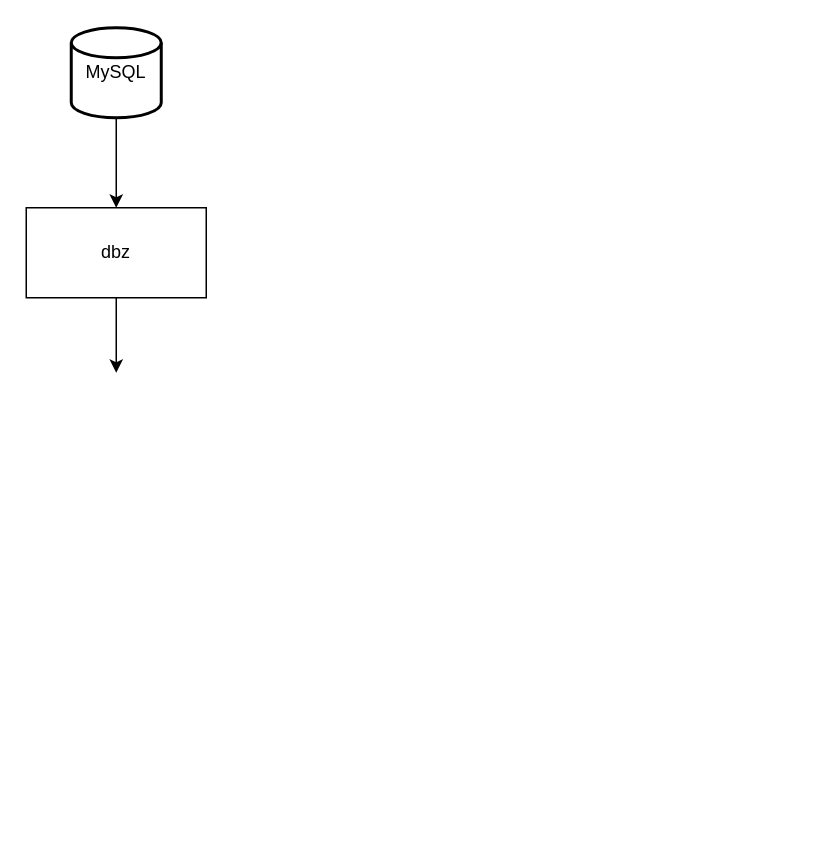
Above: images/数据链路.drawio in MyLanPangzi/docs (draw.io), before the change. Source tidied: cells renumbered, new cells numbered last; positions are measured from the earlier drawing's top-left corner, leaving out a move shared by most shapes. Both pictures are drawn from the tidied source at 150%, with x=0, y=0 at pixel (26, 27).
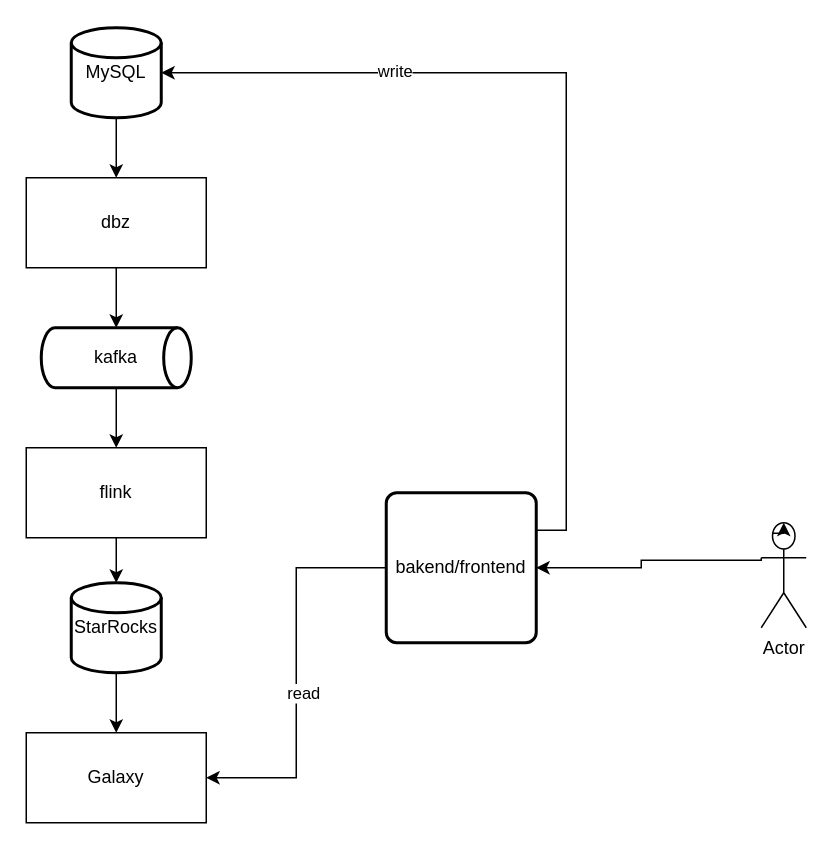
After the change.

Commit message (it also covers changes not shown here):
更新数据链路.drawio

Unchanged cells that the change refers to:
```xml
<mxCell id="5" value="MySQL" style="strokeWidth=2;html=1;shape=mxgraph.flowchart.database;whiteSpace=wrap;" parent="1" vertex="1">
  <mxGeometry x="30" width="60" height="60" as="geometry" />
</mxCell>
```

The edit, as a diff of the source:
```diff
@@
-    <mxCell id="2" style="edgeStyle=orthogonalEdgeStyle;rounded=0;jettySize=auto;html=1;" parent="1" edge="1" source="3">
-      <mxGeometry relative="1" as="geometry">
-        <mxPoint x="60" y="230" as="targetPoint" />
-      </mxGeometry>
-    </mxCell>
+    <mxCell id="6" style="edgeStyle=orthogonalEdgeStyle;rounded=0;jettySize=auto;html=1;entryX=0.5;entryY=0;entryDx=0;entryDy=0;entryPerimeter=0;" parent="1" edge="1" source="3" target="8">
+      <mxGeometry relative="1" as="geometry" />
+    </mxCell>
     <mxCell id="3" value="dbz" style="rounded=0;whiteSpace=wrap;html=1;" parent="1" vertex="1">
-      <mxGeometry y="120" width="120" height="60" as="geometry" />
+      <mxGeometry y="100" width="120" height="60" as="geometry" />
     </mxCell>
@@
+    <mxCell id="7" style="edgeStyle=orthogonalEdgeStyle;rounded=0;jettySize=auto;html=1;entryX=0.5;entryY=0;entryDx=0;entryDy=0;" parent="1" edge="1" source="8" target="10">
+      <mxGeometry relative="1" as="geometry" />
+    </mxCell>
+    <mxCell id="8" value="kafka" style="strokeWidth=2;html=1;shape=mxgraph.flowchart.direct_data;whiteSpace=wrap;" parent="1" vertex="1">
+      <mxGeometry x="10" y="200" width="100" height="40" as="geometry" />
+    </mxCell>
+    <mxCell id="9" style="edgeStyle=orthogonalEdgeStyle;rounded=0;jettySize=auto;html=1;entryX=0.5;entryY=0;entryDx=0;entryDy=0;entryPerimeter=0;" parent="1" edge="1" source="10" target="12">
+      <mxGeometry relative="1" as="geometry" />
+    </mxCell>
+    <mxCell id="10" value="flink" style="rounded=0;whiteSpace=wrap;html=1;" parent="1" vertex="1">
+      <mxGeometry y="280" width="120" height="60" as="geometry" />
+    </mxCell>
+    <mxCell id="11" style="edgeStyle=orthogonalEdgeStyle;rounded=0;jettySize=auto;html=1;" parent="1" edge="1" source="12" target="13">
+      <mxGeometry relative="1" as="geometry" />
+    </mxCell>
+    <mxCell id="12" value="StarRocks" style="strokeWidth=2;html=1;shape=mxgraph.flowchart.database;whiteSpace=wrap;" parent="1" vertex="1">
+      <mxGeometry x="30" y="370" width="60" height="60" as="geometry" />
+    </mxCell>
+    <mxCell id="13" value="Galaxy" style="rounded=0;whiteSpace=wrap;html=1;" parent="1" vertex="1">
+      <mxGeometry y="470" width="120" height="60" as="geometry" />
+    </mxCell>
+    <mxCell id="14" style="edgeStyle=orthogonalEdgeStyle;rounded=0;jettySize=auto;html=1;entryX=1;entryY=0.5;entryDx=0;entryDy=0;exitX=0;exitY=0.3333333333333333;exitDx=0;exitDy=0;exitPerimeter=0;" parent="1" edge="1" source="15" target="20">
+      <mxGeometry relative="1" as="geometry">
+        <Array as="points">
+          <mxPoint x="470" y="355" />
+          <mxPoint x="410" y="355" />
+          <mxPoint x="410" y="350" />
+        </Array>
+      </mxGeometry>
+    </mxCell>
+    <mxCell id="15" value="Actor" style="shape=umlActor;verticalLabelPosition=bottom;verticalAlign=top;html=1;" parent="1" vertex="1">
+      <mxGeometry x="490" y="330" width="30" height="70" as="geometry" />
+    </mxCell>
+    <mxCell id="16" style="edgeStyle=orthogonalEdgeStyle;rounded=0;jettySize=auto;html=1;entryX=1;entryY=0.5;entryDx=0;entryDy=0;" parent="1" edge="1" source="20" target="13">
+      <mxGeometry relative="1" as="geometry" />
+    </mxCell>
+    <mxCell id="17" value="read" style="edgeLabel;html=1;align=center;verticalAlign=middle;" parent="16" vertex="1">
+      <mxGeometry x="0.1" y="4" relative="1" as="geometry" />
+    </mxCell>
+    <mxCell id="18" style="edgeStyle=orthogonalEdgeStyle;rounded=0;jettySize=auto;html=1;exitX=1;exitY=0.25;exitDx=0;exitDy=0;entryX=1;entryY=0.5;entryDx=0;entryDy=0;entryPerimeter=0;" parent="1" edge="1" source="20" target="5">
+      <mxGeometry relative="1" as="geometry" />
+    </mxCell>
+    <mxCell id="19" value="write" style="edgeLabel;html=1;align=center;verticalAlign=middle;" parent="18" vertex="1">
+      <mxGeometry x="0.48" y="-2" relative="1" as="geometry" />
+    </mxCell>
+    <mxCell id="20" value="bakend/frontend" style="rounded=1;whiteSpace=wrap;html=1;absoluteArcSize=1;arcSize=14;strokeWidth=2;" parent="1" vertex="1">
+      <mxGeometry x="240" y="310" width="100" height="100" as="geometry" />
+    </mxCell>
+    <mxCell id="21" style="edgeStyle=orthogonalEdgeStyle;rounded=0;orthogonalLoop=1;jettySize=auto;html=1;exitX=0.25;exitY=0.1;exitDx=0;exitDy=0;exitPerimeter=0;entryX=0.5;entryY=0;entryDx=0;entryDy=0;entryPerimeter=0;" parent="1" edge="1" source="15" target="15">
+      <mxGeometry relative="1" as="geometry" />
+    </mxCell>
```
